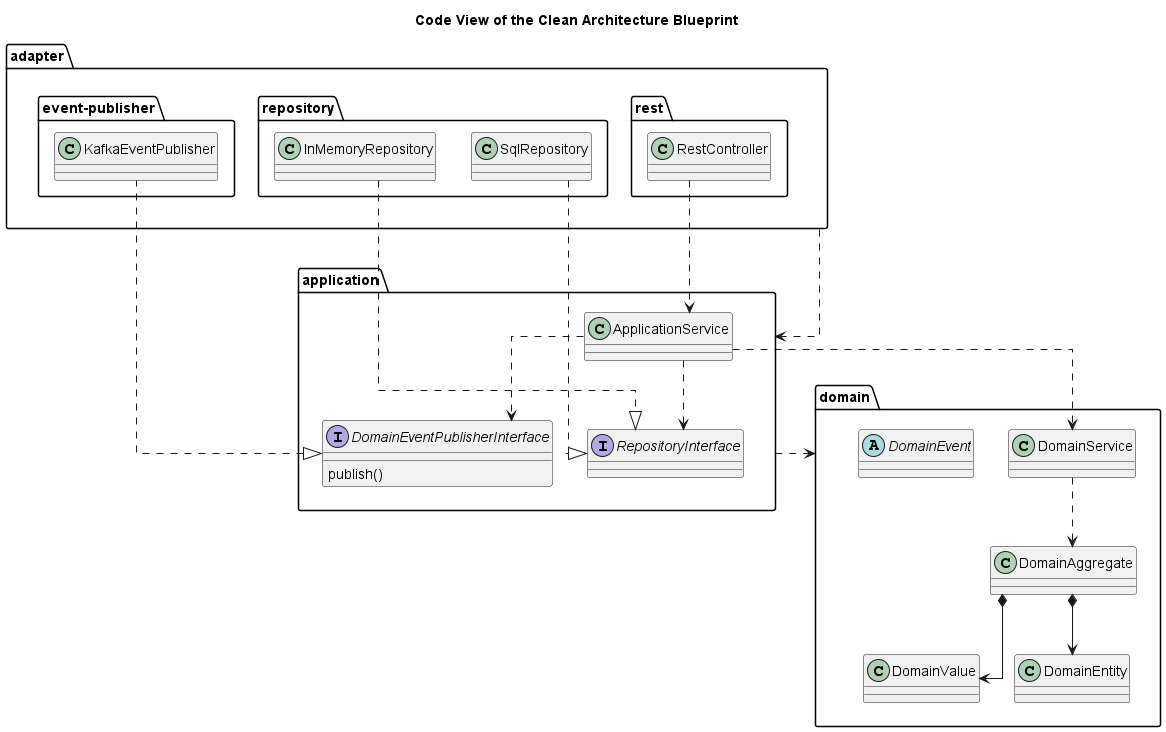
Earlier version of the PlantUML export docs/software-development/architecture/blueprint/clean-architecture/code-view.png (lsolbach/overarch-models).
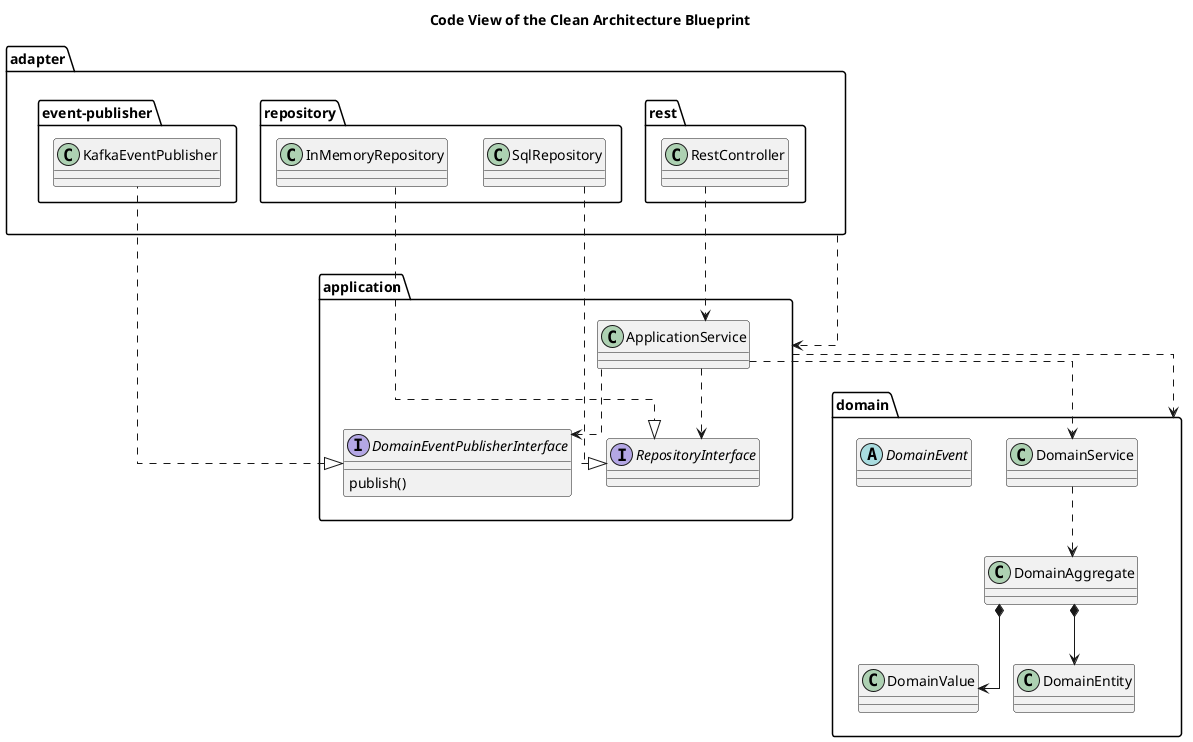
After the change.

What changed in the source:
```diff
@@ -7,19 +7,19 @@
 
 title Code View of the Clean Architecture Blueprint
 
+package "application" as softwareDevelopment_architecture_blueprint_cleanArchitecture_application {
+  interface "RepositoryInterface" as softwareDevelopment_architecture_blueprint_cleanArchitecture_application_repositoryInterface {}
+  interface "DomainEventPublisherInterface" as softwareDevelopment_architecture_blueprint_cleanArchitecture_application_domainEventPublisherInterface {
+    publish()
+  }
+  class "ApplicationService" as softwareDevelopment_architecture_blueprint_cleanArchitecture_application_applicationService {}
+}
 package "domain" as softwareDevelopment_architecture_blueprint_cleanArchitecture_domain {
   class "DomainAggregate" as softwareDevelopment_architecture_blueprint_cleanArchitecture_domain_domainAggregate {}
   class "DomainValue" as softwareDevelopment_architecture_blueprint_cleanArchitecture_domain_domainValue {}
   class "DomainService" as softwareDevelopment_architecture_blueprint_cleanArchitecture_domain_domainService {}
   class "DomainEntity" as softwareDevelopment_architecture_blueprint_cleanArchitecture_domain_domainEntity {}
   abstract class "DomainEvent" as softwareDevelopment_architecture_blueprint_cleanArchitecture_domain_domainEvent {}
-}
-package "application" as softwareDevelopment_architecture_blueprint_cleanArchitecture_application {
-  interface "RepositoryInterface" as softwareDevelopment_architecture_blueprint_cleanArchitecture_application_repositoryInterface {}
-  interface "DomainEventPublisherInterface" as softwareDevelopment_architecture_blueprint_cleanArchitecture_application_domainEventPublisherInterface {
-    publish()
-  }
-  class "ApplicationService" as softwareDevelopment_architecture_blueprint_cleanArchitecture_application_applicationService {}
 }
 package "adapter" as softwareDevelopment_architecture_blueprint_cleanArchitecture_adapter {
   package "rest" as softwareDevelopment_architecture_blueprint_cleanArchitecture_adapter_rest {
```
